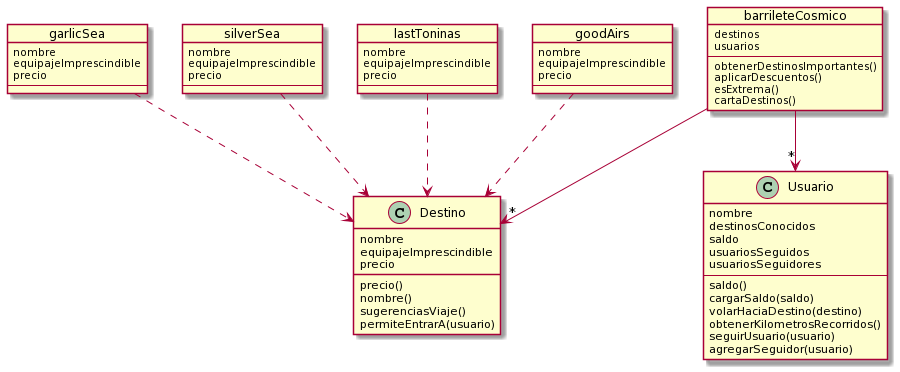
This is diagrama-uml.png from horosco95/2020-pdep-tp-objetos-grupal, a PlantUML export, as it was before one commit.
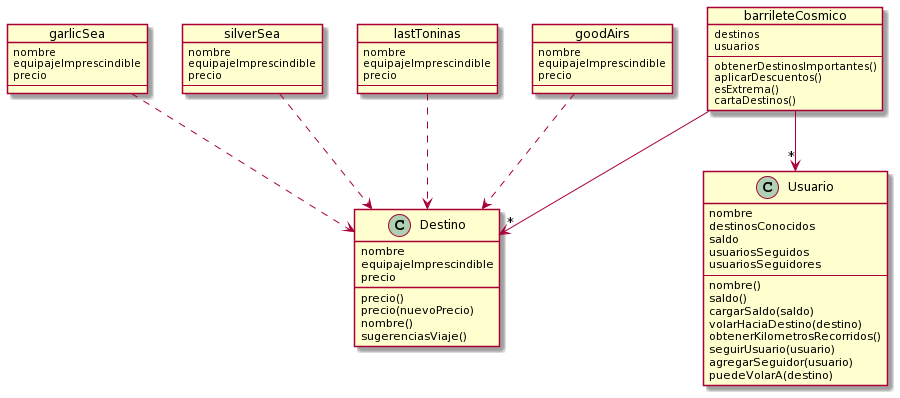
After the commit.

Commit message:
agregado clase Destino-minor changes uml

Diff of the diagram source:
```diff
@@ -41,9 +41,9 @@
 equipajeImprescindible
 precio
 precio()
+precio(nuevoPrecio)
 nombre()
 sugerenciasViaje()
-permiteEntrarA(usuario)
 }
 
 class Usuario {
@@ -53,12 +53,14 @@
 usuariosSeguidos
 usuariosSeguidores
 --
+nombre()
 saldo()
 cargarSaldo(saldo)
 volarHaciaDestino(destino)
 obtenerKilometrosRecorridos()
 seguirUsuario(usuario)
 agregarSeguidor(usuario)
+puedeVolarA(destino)
 }
 garlicSea ..> Destino
 silverSea ..> Destino
```
